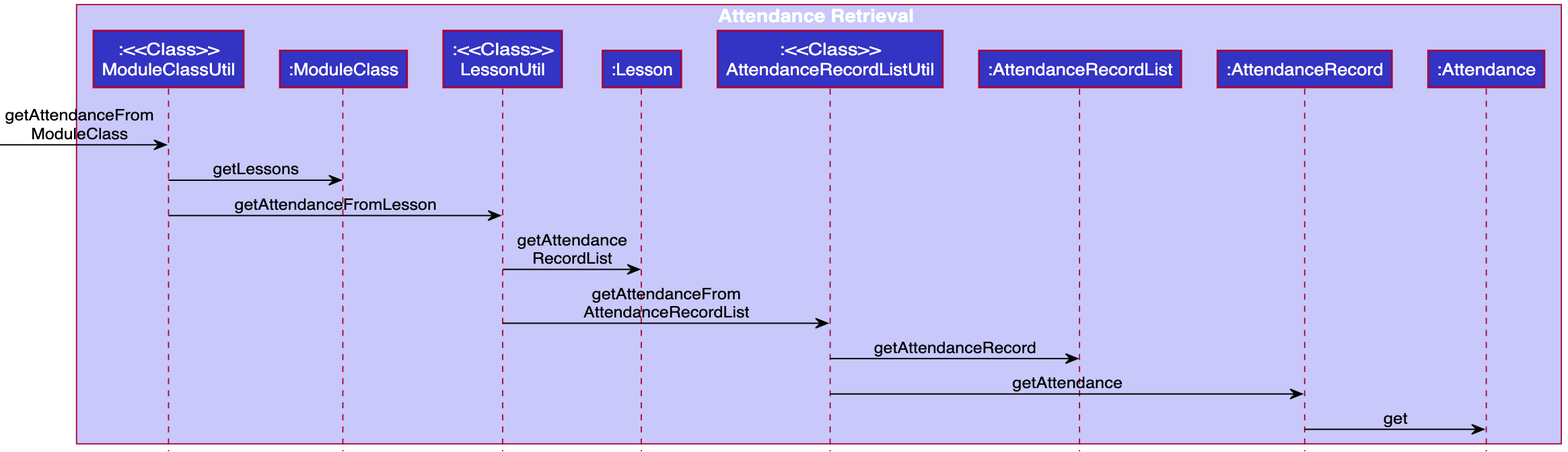
This is docs/images/AttendanceRetrievalSequenceDiagram.png from ypinhsuan/tp, a PlantUML export, as it was before one commit. Its source is kept beside it as docs/diagrams/AttendanceRetrievalSequenceDiagram.puml.
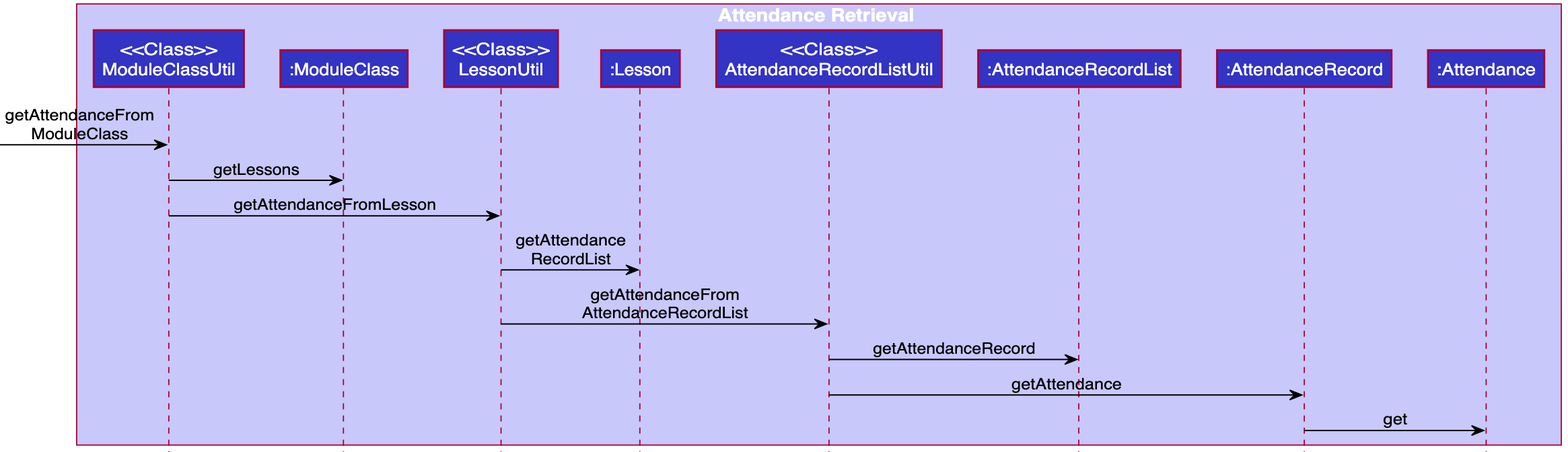
After the change.

Commit message:
Remove unecessary colon

Diff of the diagram source:
```diff
@@ -6,11 +6,11 @@
 skinparam fontColor black
 
 box Attendance Retrieval LOGIC_COLOR_T1
-participant ":<<Class>>\nModuleClassUtil" as ModuleClassUtil LOGIC_COLOR
+participant "<<Class>>\nModuleClassUtil" as ModuleClassUtil LOGIC_COLOR
 participant ":ModuleClass" as ModuleClass LOGIC_COLOR
-participant ":<<Class>>\nLessonUtil" as LessonUtil LOGIC_COLOR
+participant "<<Class>>\nLessonUtil" as LessonUtil LOGIC_COLOR
 participant ":Lesson" as Lesson LOGIC_COLOR
-participant ":<<Class>>\nAttendanceRecordListUtil" as AttendanceRecordListUtil LOGIC_COLOR
+participant "<<Class>>\nAttendanceRecordListUtil" as AttendanceRecordListUtil LOGIC_COLOR
 participant ":AttendanceRecordList" as AttendanceRecordList LOGIC_COLOR
 participant ":AttendanceRecord" as AttendanceRecord LOGIC_COLOR
 participant ":Attendance" as Attendance LOGIC_COLOR
```
